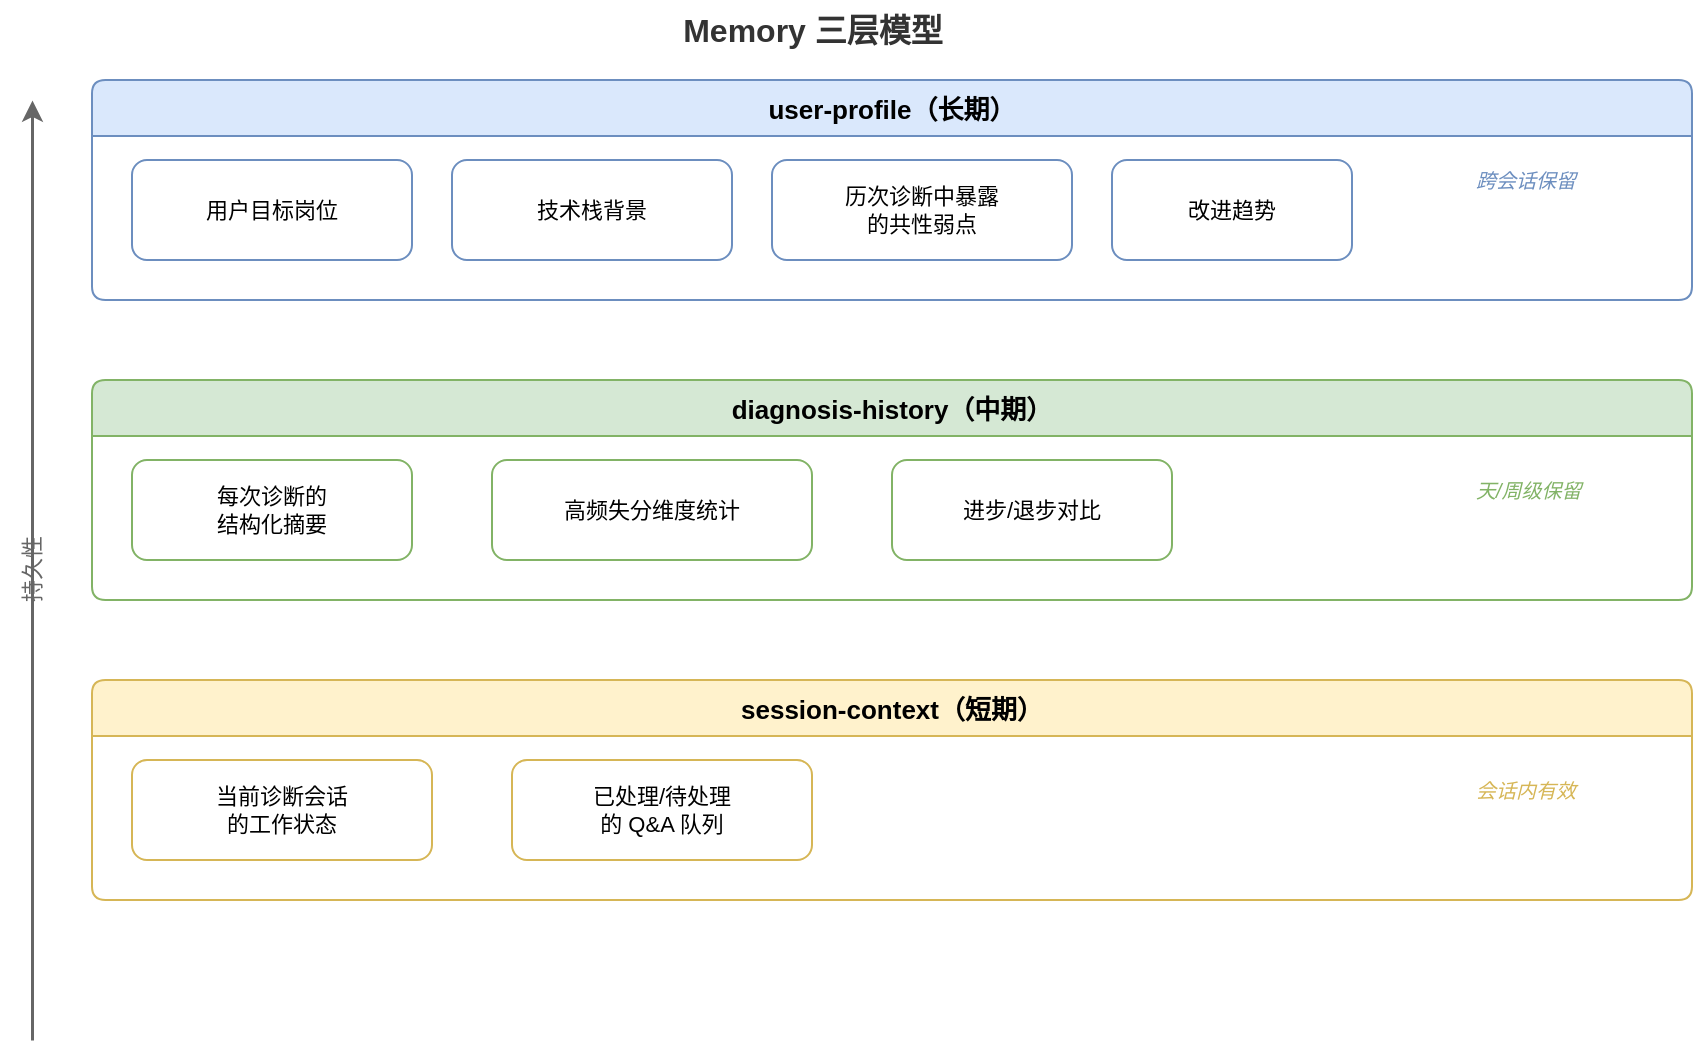
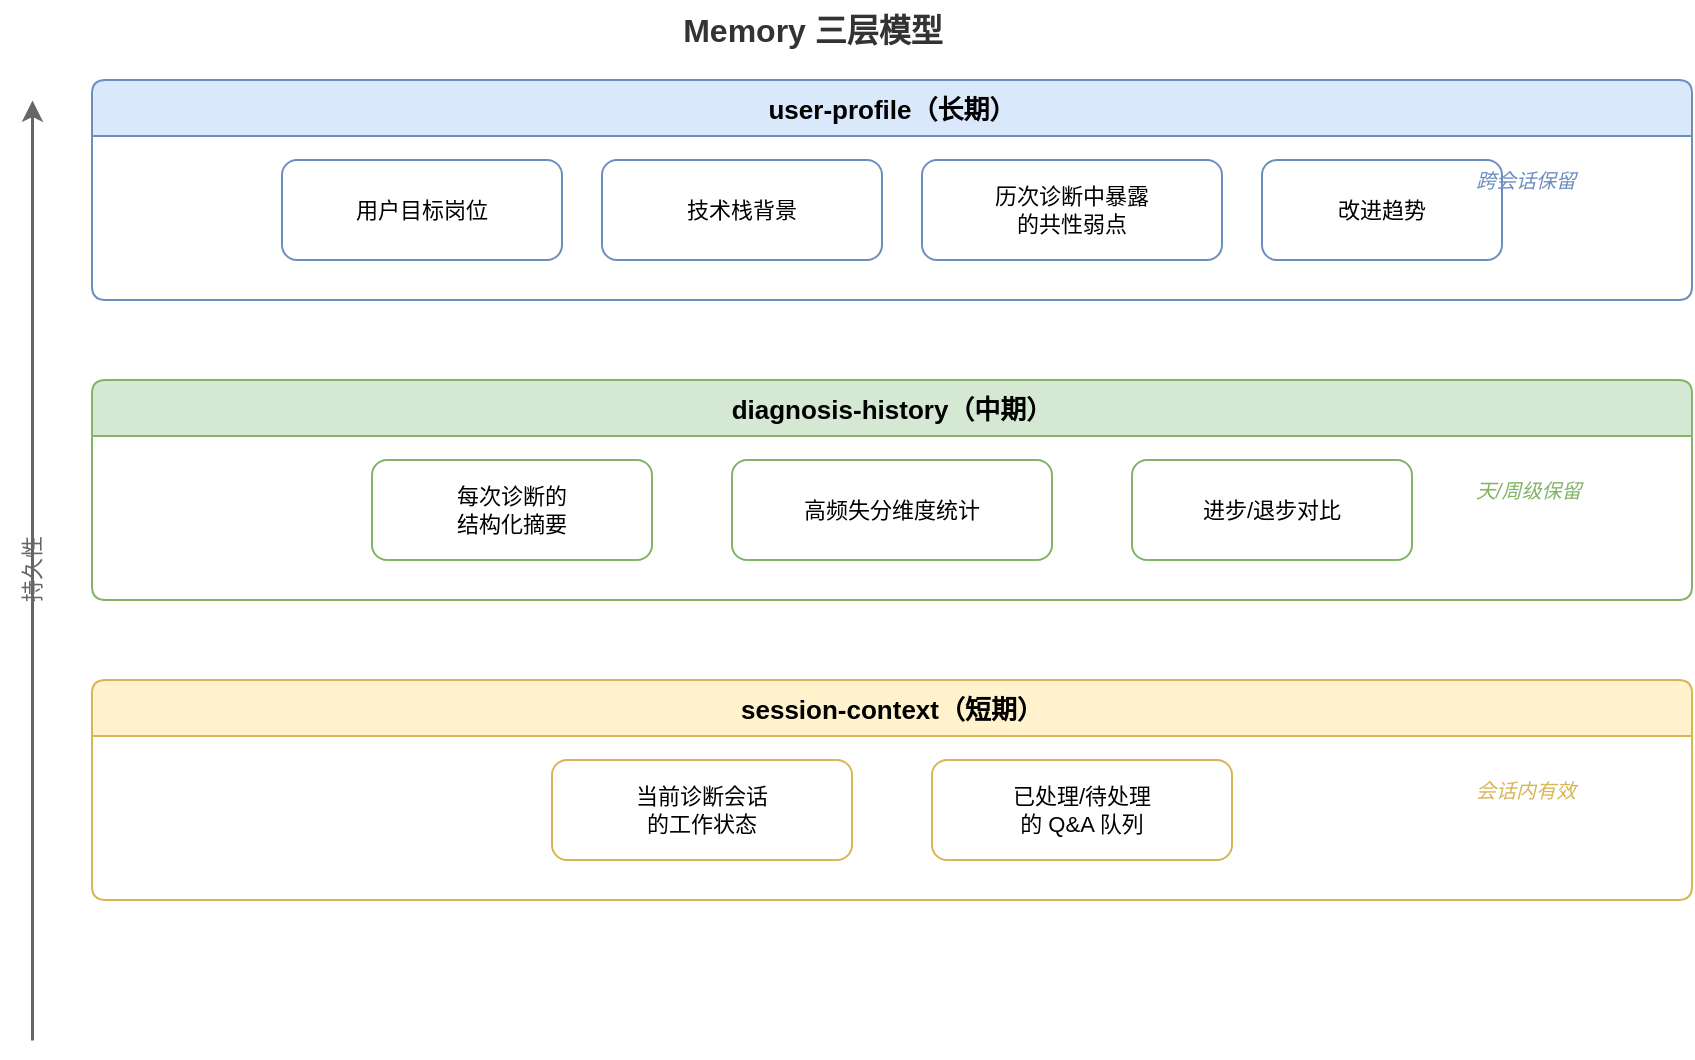
<?xml version="1.0" encoding="UTF-8"?>
<mxfile host="drawio" version="26.0.0">
  <diagram name="Page-1">
    <mxGraphModel dx="900" dy="600" grid="1" gridSize="10" guides="1" tooltips="1" connect="1" arrows="1" fold="1" page="1" pageScale="1" pageWidth="900" pageHeight="600" math="0" shadow="0">
      <root>
        <mxCell id="0" />
        <mxCell id="1" parent="0" />

        <!-- Title -->
        <mxCell id="title" value="Memory 三层模型" style="text;html=1;align=center;verticalAlign=middle;resizable=0;points=[];autosize=1;strokeColor=none;fillColor=none;fontSize=16;fontStyle=1;fontColor=#333333;" vertex="1" parent="1">
          <mxGeometry x="350" y="10" width="140" height="30" as="geometry" />
        </mxCell>

        <!-- Time axis label on the left -->
        <mxCell id="time_label" value="持久性" style="text;html=1;align=center;verticalAlign=middle;resizable=0;points=[];autosize=1;strokeColor=none;fillColor=none;fontSize=11;fontColor=#666666;rotation=-90;" vertex="1" parent="1">
          <mxGeometry x="0" y="280" width="60" height="30" as="geometry" />
        </mxCell>
        <mxCell id="arrow_time" value="" style="edgeStyle=orthogonalEdgeStyle;rounded=0;orthogonalLoop=1;jettySize=auto;html=1;strokeColor=#666666;strokeWidth=1.5;exitX=0.5;exitY=0;exitDx=0;exitDy=0;" edge="1" parent="1">
          <mxGeometry relative="1" as="geometry">
            <mxPoint x="30" y="530" as="sourcePoint" />
            <mxPoint x="30" y="60" as="targetPoint" />
          </mxGeometry>
        </mxCell>

        <!-- Layer 1: user-profile (long-term) -->
        <mxCell id="m1" value="user-profile（长期）" style="swimlane;startSize=28;fillColor=#dae8fc;strokeColor=#6c8ebf;fontStyle=1;fontSize=13;collapsible=0;rounded=1;arcSize=8;" vertex="1" parent="1">
          <mxGeometry x="60" y="50" width="800" height="110" as="geometry" />
        </mxCell>
        <mxCell id="m1a" value="用户目标岗位" style="rounded=1;whiteSpace=wrap;html=1;fillColor=#FFFFFF;strokeColor=#6c8ebf;fontSize=11;" vertex="1" parent="m1">
-           <mxGeometry x="20" y="40" width="140" height="50" as="geometry" />
+           <mxGeometry x="95" y="40" width="140" height="50" as="geometry" />
        </mxCell>
        <mxCell id="m1b" value="技术栈背景" style="rounded=1;whiteSpace=wrap;html=1;fillColor=#FFFFFF;strokeColor=#6c8ebf;fontSize=11;" vertex="1" parent="m1">
-           <mxGeometry x="180" y="40" width="140" height="50" as="geometry" />
+           <mxGeometry x="255" y="40" width="140" height="50" as="geometry" />
        </mxCell>
        <mxCell id="m1c" value="历次诊断中暴露&#xa;的共性弱点" style="rounded=1;whiteSpace=wrap;html=1;fillColor=#FFFFFF;strokeColor=#6c8ebf;fontSize=11;" vertex="1" parent="m1">
-           <mxGeometry x="340" y="40" width="150" height="50" as="geometry" />
+           <mxGeometry x="415" y="40" width="150" height="50" as="geometry" />
        </mxCell>
        <mxCell id="m1d" value="改进趋势" style="rounded=1;whiteSpace=wrap;html=1;fillColor=#FFFFFF;strokeColor=#6c8ebf;fontSize=11;" vertex="1" parent="m1">
-           <mxGeometry x="510" y="40" width="120" height="50" as="geometry" />
+           <mxGeometry x="585" y="40" width="120" height="50" as="geometry" />
        </mxCell>

        <!-- Layer 2: diagnosis-history (mid-term) -->
        <mxCell id="m2" value="diagnosis-history（中期）" style="swimlane;startSize=28;fillColor=#d5e8d4;strokeColor=#82b366;fontStyle=1;fontSize=13;collapsible=0;rounded=1;arcSize=8;" vertex="1" parent="1">
          <mxGeometry x="60" y="200" width="800" height="110" as="geometry" />
        </mxCell>
        <mxCell id="m2a" value="每次诊断的&#xa;结构化摘要" style="rounded=1;whiteSpace=wrap;html=1;fillColor=#FFFFFF;strokeColor=#82b366;fontSize=11;" vertex="1" parent="m2">
-           <mxGeometry x="20" y="40" width="140" height="50" as="geometry" />
+           <mxGeometry x="140" y="40" width="140" height="50" as="geometry" />
        </mxCell>
        <mxCell id="m2b" value="高频失分维度统计" style="rounded=1;whiteSpace=wrap;html=1;fillColor=#FFFFFF;strokeColor=#82b366;fontSize=11;" vertex="1" parent="m2">
-           <mxGeometry x="200" y="40" width="160" height="50" as="geometry" />
+           <mxGeometry x="320" y="40" width="160" height="50" as="geometry" />
        </mxCell>
        <mxCell id="m2c" value="进步/退步对比" style="rounded=1;whiteSpace=wrap;html=1;fillColor=#FFFFFF;strokeColor=#82b366;fontSize=11;" vertex="1" parent="m2">
-           <mxGeometry x="400" y="40" width="140" height="50" as="geometry" />
+           <mxGeometry x="520" y="40" width="140" height="50" as="geometry" />
        </mxCell>

        <!-- Layer 3: session-context (short-term) -->
        <mxCell id="m3" value="session-context（短期）" style="swimlane;startSize=28;fillColor=#fff2cc;strokeColor=#d6b656;fontStyle=1;fontSize=13;collapsible=0;rounded=1;arcSize=8;" vertex="1" parent="1">
          <mxGeometry x="60" y="350" width="800" height="110" as="geometry" />
        </mxCell>
        <mxCell id="m3a" value="当前诊断会话&#xa;的工作状态" style="rounded=1;whiteSpace=wrap;html=1;fillColor=#FFFFFF;strokeColor=#d6b656;fontSize=11;" vertex="1" parent="m3">
-           <mxGeometry x="20" y="40" width="150" height="50" as="geometry" />
+           <mxGeometry x="230" y="40" width="150" height="50" as="geometry" />
        </mxCell>
        <mxCell id="m3b" value="已处理/待处理&#xa;的 Q&amp;A 队列" style="rounded=1;whiteSpace=wrap;html=1;fillColor=#FFFFFF;strokeColor=#d6b656;fontSize=11;" vertex="1" parent="m3">
-           <mxGeometry x="210" y="40" width="150" height="50" as="geometry" />
+           <mxGeometry x="420" y="40" width="150" height="50" as="geometry" />
        </mxCell>

        <!-- Duration labels on the right -->
        <mxCell id="dur1" value="跨会话保留" style="text;html=1;align=left;verticalAlign=middle;resizable=0;points=[];autosize=1;strokeColor=none;fillColor=none;fontSize=10;fontColor=#6c8ebf;fontStyle=2;" vertex="1" parent="1">
          <mxGeometry x="750" y="85" width="80" height="30" as="geometry" />
        </mxCell>
        <mxCell id="dur2" value="天/周级保留" style="text;html=1;align=left;verticalAlign=middle;resizable=0;points=[];autosize=1;strokeColor=none;fillColor=none;fontSize=10;fontColor=#82b366;fontStyle=2;" vertex="1" parent="1">
          <mxGeometry x="750" y="240" width="80" height="30" as="geometry" />
        </mxCell>
        <mxCell id="dur3" value="会话内有效" style="text;html=1;align=left;verticalAlign=middle;resizable=0;points=[];autosize=1;strokeColor=none;fillColor=none;fontSize=10;fontColor=#d6b656;fontStyle=2;" vertex="1" parent="1">
          <mxGeometry x="750" y="390" width="80" height="30" as="geometry" />
        </mxCell>
      </root>
    </mxGraphModel>
  </diagram>
</mxfile>
